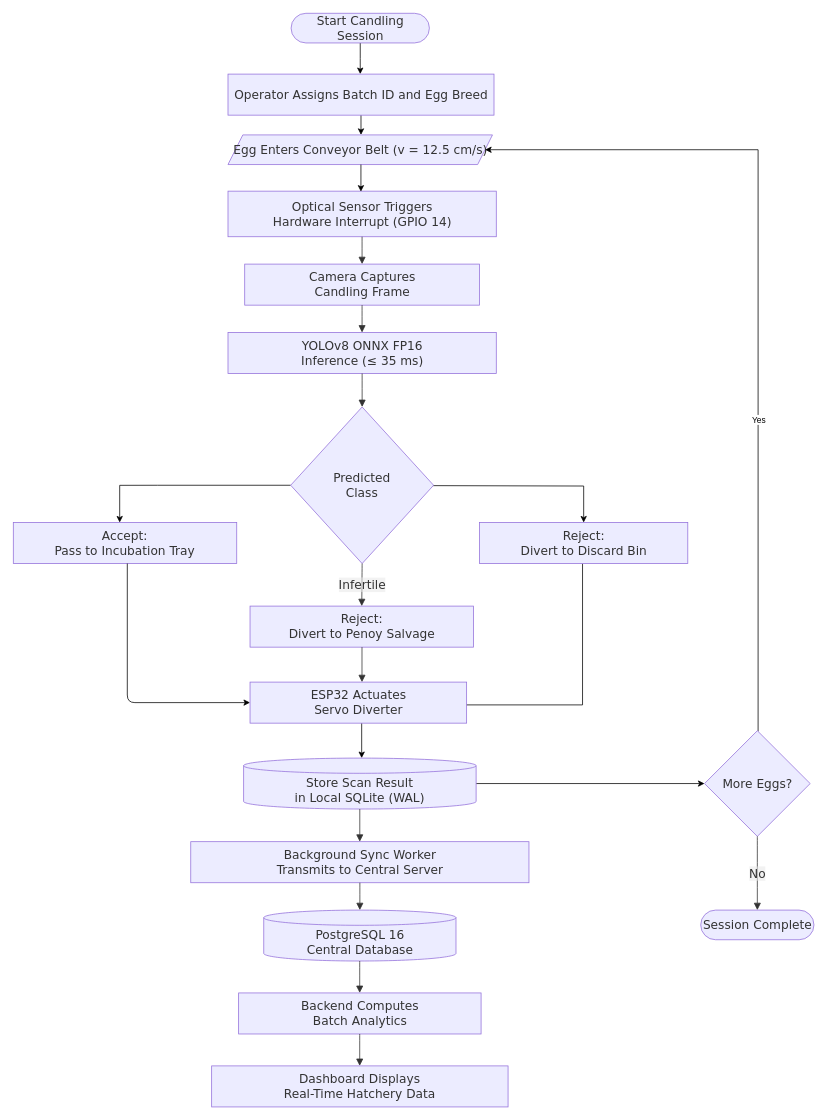
Above: docs/diagrams/flowcharts/Flowchart.drawio in Dev-RyleR6/OvaLens-Ecosystem (draw.io), before the change. Source tidied: cells renumbered, new cells numbered last; positions are measured from the earlier drawing's top-left corner, leaving out a move shared by most shapes. Both pictures are drawn from the tidied source at 76%, with x=0, y=0 at pixel (13, 13).
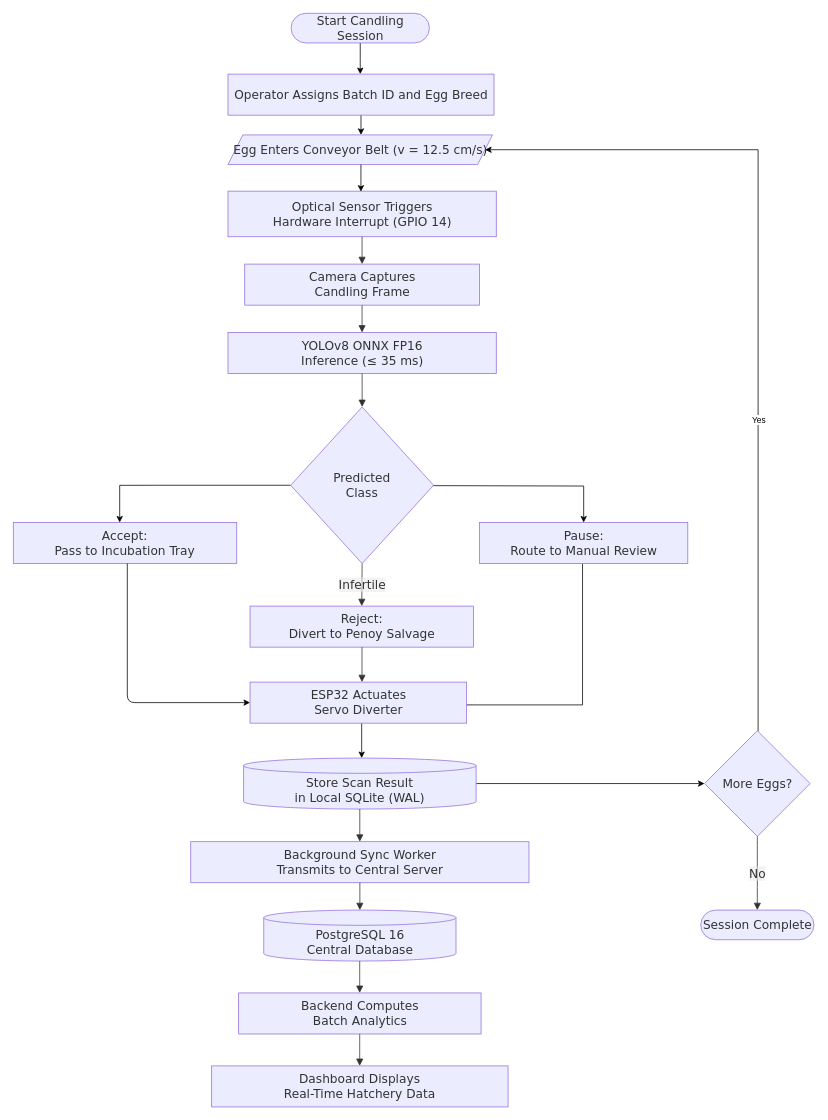
After the change.

The change refers to these unchanged cells:
```xml
<mxCell id="2" style="group;transparentBounds=1;editIcon=1;lockedGroup=0;groupPadding=10;" parent="1" vertex="1">
  <mxGeometry x="190" y="950" width="506.5" height="70" as="geometry" />
</mxCell>
```

The edit, as a diff of the source:
```diff
@@
-    <mxCell id="17" value="Reject:&#10;Divert to Discard Bin" style="html=1;whiteSpace=wrap;strokeWidth=1;fillColor=light-dark(#ECECFF,#1f2020);strokeColor=light-dark(#9370DB,#cccccc);fontColor=light-dark(#333333,#cccccc);fontFamily=Trebuchet MS,Verdana,Arial,sans-serif;fontSize=16;" parent="2" vertex="1">
+    <mxCell id="17" value="Pause:&#10;Route to Manual Review" style="html=1;whiteSpace=wrap;strokeWidth=1;fillColor=light-dark(#ECECFF,#1f2020);strokeColor=light-dark(#9370DB,#cccccc);fontColor=light-dark(#333333,#cccccc);fontFamily=Trebuchet MS,Verdana,Arial,sans-serif;fontSize=16;" parent="2" vertex="1">
       <mxGeometry x="423.5" y="-280" width="274" height="54" as="geometry" />
     </mxCell>
```
